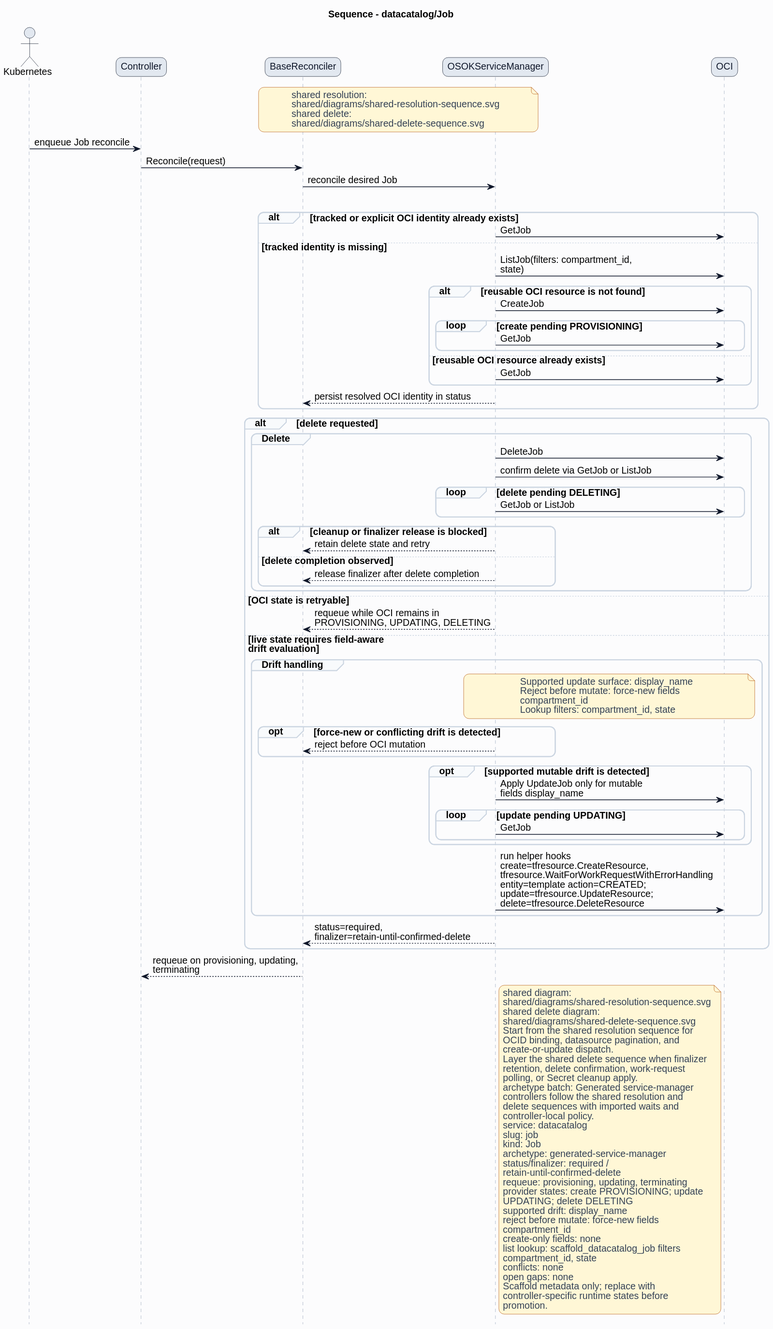
This is formal/controllers/datacatalog/job/diagrams/sequence.svg from HaoyL666/oci-service-operator, a PlantUML export, as it was before one commit. Source of this version:
```plantuml
@startuml
skinparam shadowing false
skinparam backgroundColor #fcfcfd
skinparam defaultFontName Helvetica
skinparam defaultFontSize 14
skinparam arrowColor #0f172a
skinparam noteBackgroundColor #fff7d6
skinparam noteBorderColor #b45309
skinparam noteFontColor #334155
skinparam roundcorner 16
title Sequence - datacatalog/Job
hide footbox
skinparam sequence {
  actorBorderColor #0f172a
  actorBackgroundColor #e2e8f0
  participantBorderColor #0f172a
  participantBackgroundColor #e2e8f0
  participantFontColor #0f172a
  lifeLineBorderColor #94a3b8
  groupBorderColor #cbd5e1
  groupBackgroundColor #f8fafc
}
actor Kubernetes
participant Controller
participant BaseReconciler
participant "OSOKServiceManager" as ServiceManager
participant OCI
note over BaseReconciler,ServiceManager
shared resolution:
shared/diagrams/shared-resolution-sequence.svg
shared delete:
shared/diagrams/shared-delete-sequence.svg
end note
Kubernetes -> Controller: enqueue Job reconcile
Controller -> BaseReconciler: Reconcile(request)
BaseReconciler -> ServiceManager: reconcile desired Job
group Lookup and bind
alt tracked or explicit OCI identity already exists
ServiceManager -> OCI: GetJob
else tracked identity is missing
ServiceManager -> OCI: ListJob(filters: compartment_id,\nstate)
alt reusable OCI resource is not found
ServiceManager -> OCI: CreateJob
loop create pending PROVISIONING
ServiceManager -> OCI: GetJob
end
else reusable OCI resource already exists
ServiceManager -> OCI: GetJob
end
ServiceManager --> BaseReconciler: persist resolved OCI identity in status
end
alt delete requested
group Delete
ServiceManager -> OCI: DeleteJob
ServiceManager -> OCI: confirm delete via GetJob or ListJob
loop delete pending DELETING
ServiceManager -> OCI: GetJob or ListJob
end
alt cleanup or finalizer release is blocked
ServiceManager --> BaseReconciler: retain delete state and retry
else delete completion observed
ServiceManager --> BaseReconciler: release finalizer after delete completion
end
end
else OCI state is retryable
ServiceManager --> BaseReconciler: requeue while OCI remains in\nPROVISIONING, UPDATING, DELETING
else live state requires field-aware\ndrift evaluation
group Drift handling
note over ServiceManager,OCI
Supported update surface: display_name
Reject before mutate: force-new fields
compartment_id
Lookup filters: compartment_id, state
end note
opt force-new or conflicting drift is detected
ServiceManager --> BaseReconciler: reject before OCI mutation
end
opt supported mutable drift is detected
ServiceManager -> OCI: Apply UpdateJob only for mutable\nfields display_name
loop update pending UPDATING
ServiceManager -> OCI: GetJob
end
end
ServiceManager -> OCI: run helper hooks\ncreate=tfresource.CreateResource,\ntfresource.WaitForWorkRequestWithErrorHandling\nentity=template action=CREATED;\nupdate=tfresource.UpdateResource;\ndelete=tfresource.DeleteResource
end
ServiceManager --> BaseReconciler: status=required,\nfinalizer=retain-until-confirmed-delete
end
BaseReconciler --> Controller: requeue on provisioning, updating,\nterminating
note right of ServiceManager
shared diagram:
shared/diagrams/shared-resolution-sequence.svg
shared delete diagram:
shared/diagrams/shared-delete-sequence.svg
Start from the shared resolution sequence for
OCID binding, datasource pagination, and
create-or-update dispatch.
Layer the shared delete sequence when finalizer
retention, delete confirmation, work-request
polling, or Secret cleanup apply.
archetype batch: Generated service-manager
controllers follow the shared resolution and
delete sequences with imported waits and
controller-local policy.
service: datacatalog
slug: job
kind: Job
archetype: generated-service-manager
status/finalizer: required /
retain-until-confirmed-delete
requeue: provisioning, updating, terminating
provider states: create PROVISIONING; update
UPDATING; delete DELETING
supported drift: display_name
reject before mutate: force-new fields
compartment_id
create-only fields: none
list lookup: scaffold_datacatalog_job filters
compartment_id, state
conflicts: none
open gaps: none
Scaffold metadata only; replace with
controller-specific runtime states before
promotion.
end note
@enduml
```
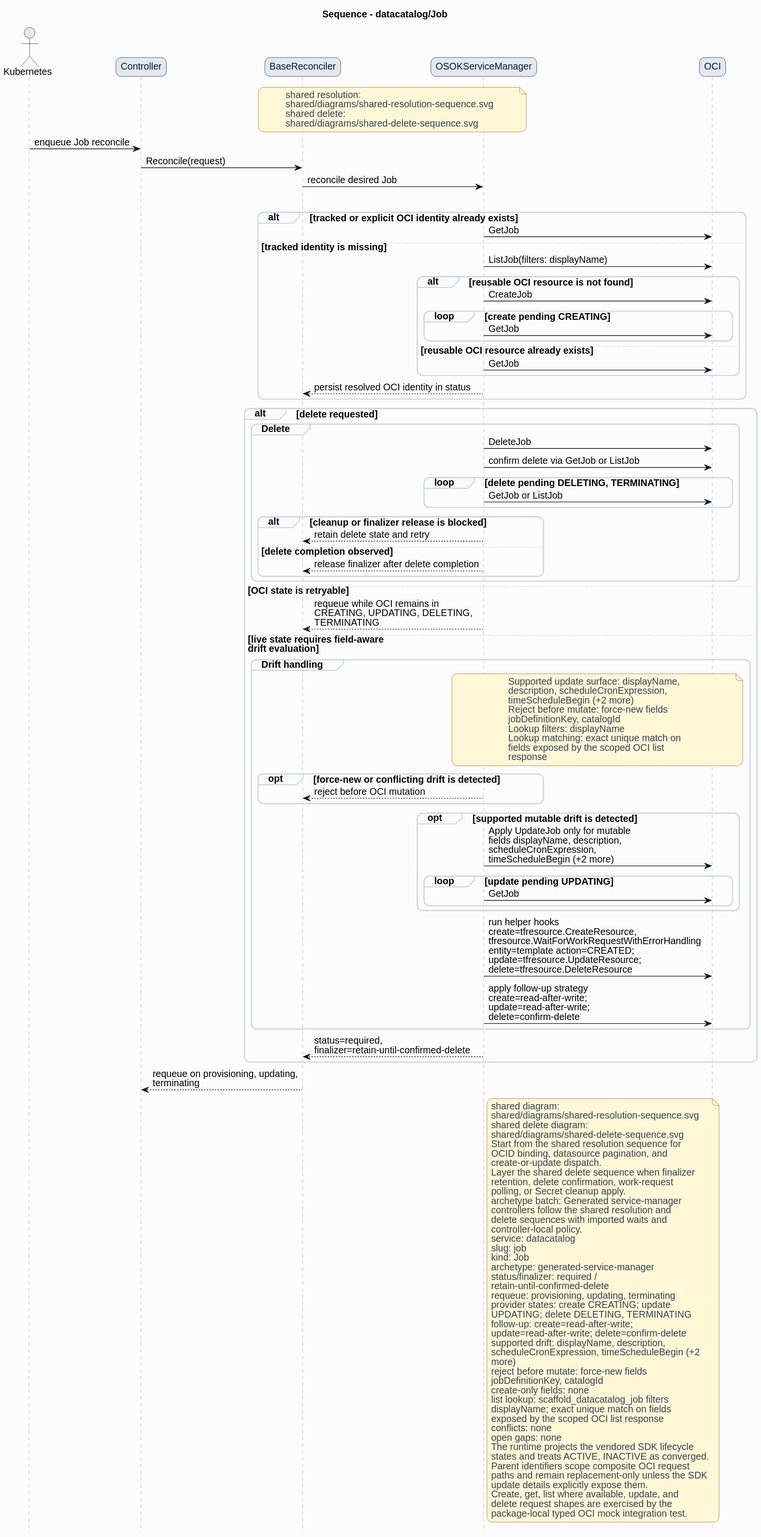
The same diagram one commit later.

Diff of the diagram source:
```diff
@@ -38,10 +38,10 @@
 alt tracked or explicit OCI identity already exists
 ServiceManager -> OCI: GetJob
 else tracked identity is missing
-ServiceManager -> OCI: ListJob(filters: compartment_id,\nstate)
+ServiceManager -> OCI: ListJob(filters: displayName)
 alt reusable OCI resource is not found
 ServiceManager -> OCI: CreateJob
-loop create pending PROVISIONING
+loop create pending CREATING
 ServiceManager -> OCI: GetJob
 end
 else reusable OCI resource already exists
@@ -53,7 +53,7 @@
 group Delete
 ServiceManager -> OCI: DeleteJob
 ServiceManager -> OCI: confirm delete via GetJob or ListJob
-loop delete pending DELETING
+loop delete pending DELETING, TERMINATING
 ServiceManager -> OCI: GetJob or ListJob
 end
 alt cleanup or finalizer release is blocked
@@ -63,25 +63,31 @@
 end
 end
 else OCI state is retryable
-ServiceManager --> BaseReconciler: requeue while OCI remains in\nPROVISIONING, UPDATING, DELETING
+ServiceManager --> BaseReconciler: requeue while OCI remains in\nCREATING, UPDATING, DELETING,\nTERMINATING
 else live state requires field-aware\ndrift evaluation
 group Drift handling
 note over ServiceManager,OCI
-Supported update surface: display_name
+Supported update surface: displayName,
+description, scheduleCronExpression,
+timeScheduleBegin (+2 more)
 Reject before mutate: force-new fields
-compartment_id
-Lookup filters: compartment_id, state
+jobDefinitionKey, catalogId
+Lookup filters: displayName
+Lookup matching: exact unique match on
+fields exposed by the scoped OCI list
+response
 end note
 opt force-new or conflicting drift is detected
 ServiceManager --> BaseReconciler: reject before OCI mutation
 end
 opt supported mutable drift is detected
-ServiceManager -> OCI: Apply UpdateJob only for mutable\nfields display_name
+ServiceManager -> OCI: Apply UpdateJob only for mutable\nfields displayName, description,\nscheduleCronExpression,\ntimeScheduleBegin (+2 more)
 loop update pending UPDATING
 ServiceManager -> OCI: GetJob
 end
 end
 ServiceManager -> OCI: run helper hooks\ncreate=tfresource.CreateResource,\ntfresource.WaitForWorkRequestWithErrorHandling\nentity=template action=CREATED;\nupdate=tfresource.UpdateResource;\ndelete=tfresource.DeleteResource
+ServiceManager -> OCI: apply follow-up strategy\ncreate=read-after-write;\nupdate=read-after-write;\ndelete=confirm-delete
 end
 ServiceManager --> BaseReconciler: status=required,\nfinalizer=retain-until-confirmed-delete
 end
@@ -108,18 +114,28 @@
 status/finalizer: required /
 retain-until-confirmed-delete
 requeue: provisioning, updating, terminating
-provider states: create PROVISIONING; update
-UPDATING; delete DELETING
-supported drift: display_name
+provider states: create CREATING; update
+UPDATING; delete DELETING, TERMINATING
+follow-up: create=read-after-write;
+update=read-after-write; delete=confirm-delete
+supported drift: displayName, description,
+scheduleCronExpression, timeScheduleBegin (+2
+more)
 reject before mutate: force-new fields
-compartment_id
+jobDefinitionKey, catalogId
 create-only fields: none
 list lookup: scaffold_datacatalog_job filters
-compartment_id, state
+displayName; exact unique match on fields
+exposed by the scoped OCI list response
 conflicts: none
 open gaps: none
-Scaffold metadata only; replace with
-controller-specific runtime states before
-promotion.
+The runtime projects the vendored SDK lifecycle
+states and treats ACTIVE, INACTIVE as converged.
+Parent identifiers scope composite OCI request
+paths and remain replacement-only unless the SDK
+update details explicitly expose them.
+Create, get, list where available, update, and
+delete request shapes are exercised by the
+package-local typed OCI mock integration test.
 end note
 @enduml
```
